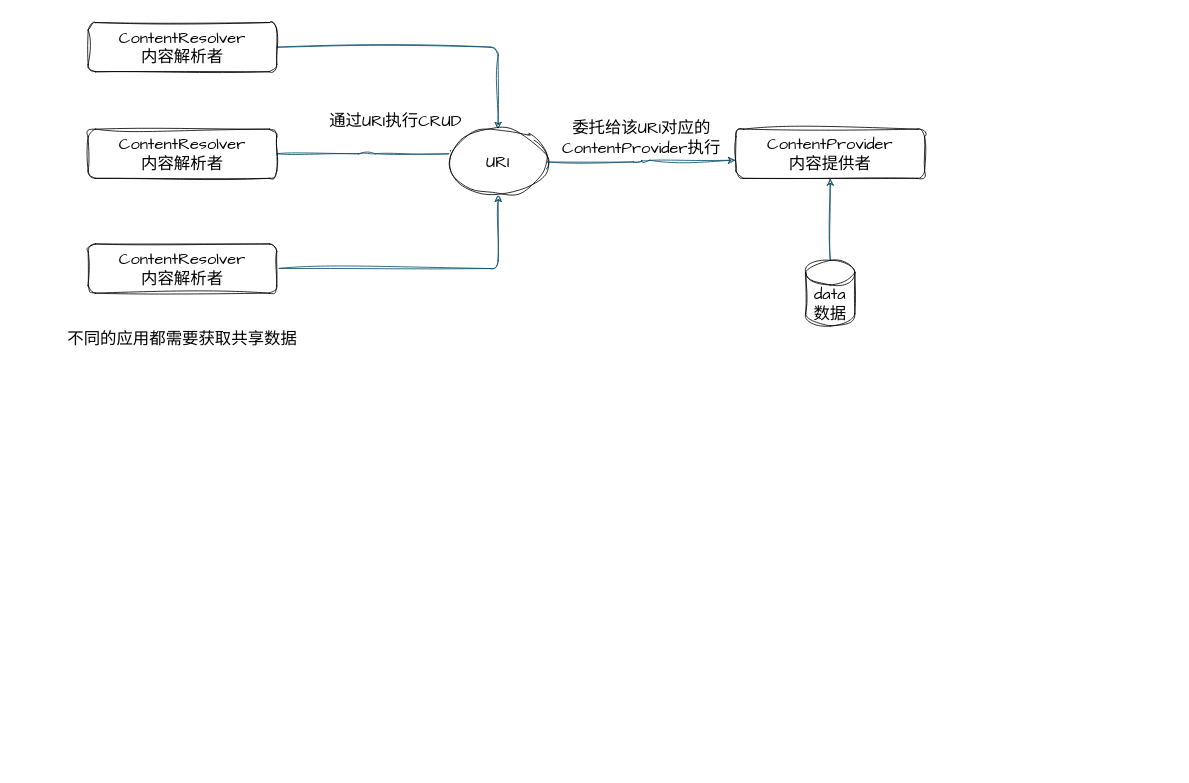
Above: contentprovider.drawio in starrylixu/pictureBed (draw.io), before the change. Source tidied: cells renumbered, new cells numbered last; positions are measured from the earlier drawing's top-left corner, leaving out a move shared by most shapes. Both pictures are drawn from the tidied source at 82%, with x=0, y=0 at pixel (55, 22).
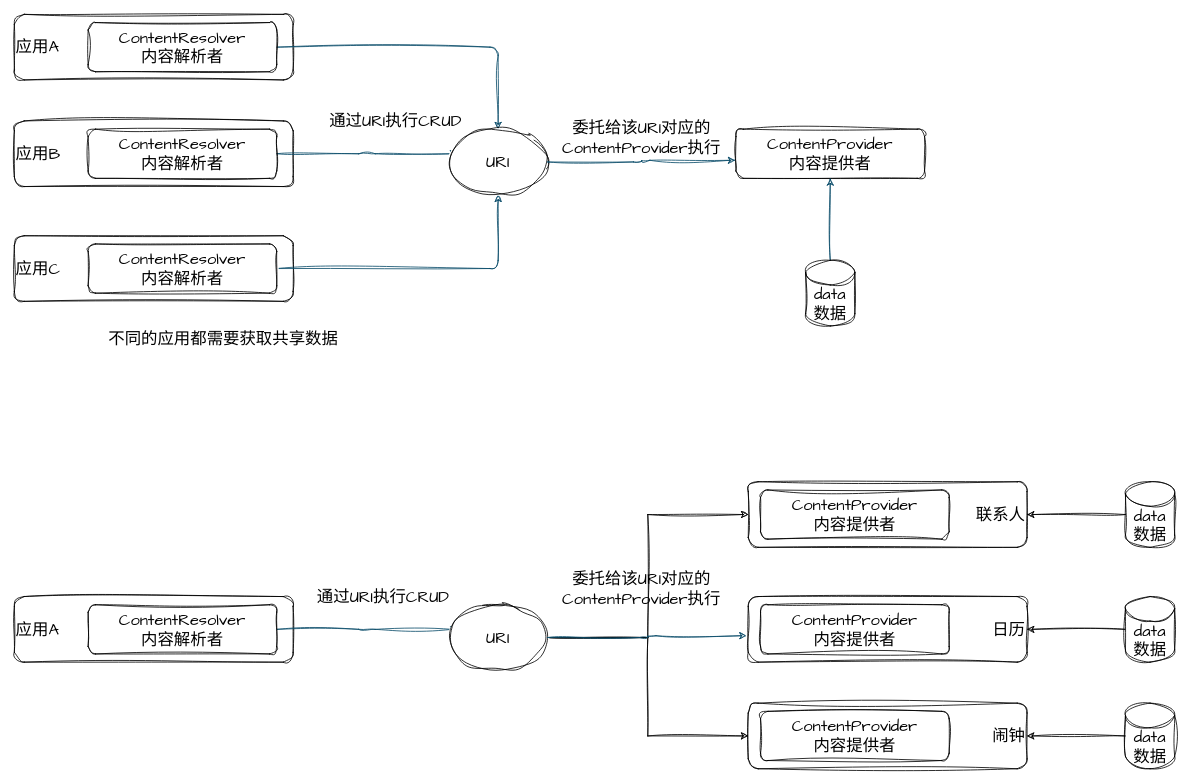
The same diagram, later.

What changed in the source:
```diff
@@
+    <mxCell id="16" value="联系人" style="rounded=1;whiteSpace=wrap;html=1;sketch=1;hachureGap=4;jiggle=2;curveFitting=1;fontFamily=Architects Daughter;fontSize=20;align=right;" parent="1" vertex="1">
+      <mxGeometry x="845" y="560" width="340" height="80" as="geometry" />
+    </mxCell>
+    <mxCell id="17" value="应用C" style="rounded=1;whiteSpace=wrap;html=1;sketch=1;hachureGap=4;jiggle=2;curveFitting=1;fontFamily=Architects Daughter;fontSize=20;align=left;" parent="1" vertex="1">
+      <mxGeometry x="-50" y="260" width="340" height="80" as="geometry" />
+    </mxCell>
+    <mxCell id="18" value="应用B" style="rounded=1;whiteSpace=wrap;html=1;sketch=1;hachureGap=4;jiggle=2;curveFitting=1;fontFamily=Architects Daughter;fontSize=20;align=left;" parent="1" vertex="1">
+      <mxGeometry x="-50" y="120" width="340" height="80" as="geometry" />
+    </mxCell>
+    <mxCell id="19" value="应用A" style="rounded=1;whiteSpace=wrap;html=1;sketch=1;hachureGap=4;jiggle=2;curveFitting=1;fontFamily=Architects Daughter;fontSize=20;align=left;" parent="1" vertex="1">
+      <mxGeometry x="-50" y="-10" width="340" height="80" as="geometry" />
+    </mxCell>
@@
     <mxCell id="13" value="&lt;p&gt;&lt;font color=&quot;#000000&quot;&gt;不同的应用都需要获取共享数据&lt;/font&gt;&lt;/p&gt;" style="text;html=1;strokeColor=none;fillColor=none;align=center;verticalAlign=middle;whiteSpace=wrap;rounded=1;fontSize=20;fontFamily=Architects Daughter;fontColor=#EEEEEE;sketch=1;curveFitting=1;jiggle=2;" parent="1" vertex="1">
-      <mxGeometry y="360" width="310" height="50" as="geometry" />
+      <mxGeometry x="50" y="360" width="310" height="50" as="geometry" />
     </mxCell>
@@
+    <mxCell id="20" value="应用A" style="rounded=1;whiteSpace=wrap;html=1;sketch=1;hachureGap=4;jiggle=2;curveFitting=1;fontFamily=Architects Daughter;fontSize=20;align=left;" parent="1" vertex="1">
+      <mxGeometry x="-50" y="700" width="340" height="80" as="geometry" />
+    </mxCell>
+    <mxCell id="21" style="edgeStyle=orthogonalEdgeStyle;rounded=0;sketch=1;hachureGap=4;jiggle=2;curveFitting=1;jettySize=auto;html=1;entryX=1;entryY=0.5;entryDx=0;entryDy=0;fontFamily=Architects Daughter;fontSize=16;" parent="1" edge="1" source="22" target="16">
+      <mxGeometry relative="1" as="geometry" />
+    </mxCell>
+    <mxCell id="22" value="data数据" style="shape=cylinder3;whiteSpace=wrap;html=1;boundedLbl=1;backgroundOutline=1;size=15;hachureGap=4;fontFamily=Architects Daughter;fontSize=20;rounded=1;sketch=1;curveFitting=1;jiggle=2;" parent="1" vertex="1">
+      <mxGeometry x="1305" y="560" width="60" height="80" as="geometry" />
+    </mxCell>
+    <mxCell id="23" style="edgeStyle=orthogonalEdgeStyle;rounded=1;hachureGap=4;jettySize=auto;html=1;strokeColor=#0B4D6A;fontFamily=Architects Daughter;fontSize=16;sketch=1;curveFitting=1;jiggle=2;" parent="1" edge="1" source="24">
+      <mxGeometry relative="1" as="geometry">
+        <mxPoint x="490" y="740" as="targetPoint" />
+      </mxGeometry>
+    </mxCell>
+    <mxCell id="24" value="ContentResolver&lt;br&gt;内容解析者" style="rounded=1;whiteSpace=wrap;html=1;hachureGap=4;fontFamily=Architects Daughter;fontSize=20;sketch=1;curveFitting=1;jiggle=2;" parent="1" vertex="1">
+      <mxGeometry x="40" y="710" width="230" height="60" as="geometry" />
+    </mxCell>
+    <mxCell id="25" style="edgeStyle=orthogonalEdgeStyle;rounded=0;sketch=1;hachureGap=4;jiggle=2;curveFitting=1;jettySize=auto;html=1;entryX=0;entryY=0.5;entryDx=0;entryDy=0;fontFamily=Architects Daughter;fontSize=16;" parent="1" edge="1" source="27" target="16">
+      <mxGeometry relative="1" as="geometry" />
+    </mxCell>
+    <mxCell id="26" style="edgeStyle=orthogonalEdgeStyle;rounded=0;sketch=1;hachureGap=4;jiggle=2;curveFitting=1;jettySize=auto;html=1;entryX=0;entryY=0.5;entryDx=0;entryDy=0;fontFamily=Architects Daughter;fontSize=16;" parent="1" edge="1" source="27" target="36">
+      <mxGeometry relative="1" as="geometry" />
+    </mxCell>
+    <mxCell id="27" value="URI" style="ellipse;whiteSpace=wrap;html=1;hachureGap=4;fontFamily=Architects Daughter;fontSize=20;rounded=1;sketch=1;curveFitting=1;jiggle=2;" parent="1" vertex="1">
+      <mxGeometry x="480" y="710" width="120" height="80" as="geometry" />
+    </mxCell>
+    <mxCell id="28" style="edgeStyle=orthogonalEdgeStyle;rounded=1;hachureGap=4;jettySize=auto;html=1;entryX=-0.006;entryY=0.597;entryDx=0;entryDy=0;entryPerimeter=0;strokeColor=#0B4D6A;fontFamily=Architects Daughter;fontSize=16;sketch=1;curveFitting=1;jiggle=2;" parent="1" edge="1" source="27" target="32">
+      <mxGeometry relative="1" as="geometry" />
+    </mxCell>
+    <mxCell id="29" value="通过URI执行CRUD" style="text;html=1;strokeColor=none;fillColor=none;align=center;verticalAlign=middle;whiteSpace=wrap;rounded=0;fontSize=20;fontFamily=Architects Daughter;" parent="1" vertex="1">
+      <mxGeometry x="255" y="690" width="290" height="20" as="geometry" />
+    </mxCell>
+    <mxCell id="30" value="委托给该URI对应的ContentProvider执行" style="text;html=1;strokeColor=none;fillColor=none;align=center;verticalAlign=middle;whiteSpace=wrap;rounded=0;fontSize=20;fontFamily=Architects Daughter;" parent="1" vertex="1">
+      <mxGeometry x="570" y="680" width="290" height="20" as="geometry" />
+    </mxCell>
+    <mxCell id="31" value="ContentProvider&lt;br&gt;内容提供者" style="rounded=1;whiteSpace=wrap;html=1;hachureGap=4;fontFamily=Architects Daughter;fontSize=20;sketch=1;curveFitting=1;jiggle=2;" parent="1" vertex="1">
+      <mxGeometry x="860" y="570" width="230" height="60" as="geometry" />
+    </mxCell>
+    <mxCell id="32" value="日历" style="rounded=1;whiteSpace=wrap;html=1;sketch=1;hachureGap=4;jiggle=2;curveFitting=1;fontFamily=Architects Daughter;fontSize=20;align=right;" parent="1" vertex="1">
+      <mxGeometry x="845" y="700" width="340" height="80" as="geometry" />
+    </mxCell>
+    <mxCell id="33" style="edgeStyle=orthogonalEdgeStyle;rounded=0;sketch=1;hachureGap=4;jiggle=2;curveFitting=1;jettySize=auto;html=1;entryX=1;entryY=0.5;entryDx=0;entryDy=0;fontFamily=Architects Daughter;fontSize=16;" parent="1" edge="1" source="34" target="32">
+      <mxGeometry relative="1" as="geometry" />
+    </mxCell>
+    <mxCell id="34" value="data数据" style="shape=cylinder3;whiteSpace=wrap;html=1;boundedLbl=1;backgroundOutline=1;size=15;hachureGap=4;fontFamily=Architects Daughter;fontSize=20;rounded=1;sketch=1;curveFitting=1;jiggle=2;" parent="1" vertex="1">
+      <mxGeometry x="1305" y="700" width="60" height="80" as="geometry" />
+    </mxCell>
+    <mxCell id="35" value="ContentProvider&lt;br&gt;内容提供者" style="rounded=1;whiteSpace=wrap;html=1;hachureGap=4;fontFamily=Architects Daughter;fontSize=20;sketch=1;curveFitting=1;jiggle=2;" parent="1" vertex="1">
+      <mxGeometry x="860" y="710" width="230" height="60" as="geometry" />
+    </mxCell>
+    <mxCell id="36" value="闹钟" style="rounded=1;whiteSpace=wrap;html=1;sketch=1;hachureGap=4;jiggle=2;curveFitting=1;fontFamily=Architects Daughter;fontSize=20;align=right;" parent="1" vertex="1">
+      <mxGeometry x="845" y="830" width="340" height="80" as="geometry" />
+    </mxCell>
+    <mxCell id="37" style="edgeStyle=orthogonalEdgeStyle;rounded=0;sketch=1;hachureGap=4;jiggle=2;curveFitting=1;jettySize=auto;html=1;entryX=1;entryY=0.5;entryDx=0;entryDy=0;fontFamily=Architects Daughter;fontSize=16;" parent="1" edge="1" source="38" target="36">
+      <mxGeometry relative="1" as="geometry" />
+    </mxCell>
+    <mxCell id="38" value="data数据" style="shape=cylinder3;whiteSpace=wrap;html=1;boundedLbl=1;backgroundOutline=1;size=15;hachureGap=4;fontFamily=Architects Daughter;fontSize=20;rounded=1;sketch=1;curveFitting=1;jiggle=2;" parent="1" vertex="1">
+      <mxGeometry x="1305" y="830" width="60" height="80" as="geometry" />
+    </mxCell>
+    <mxCell id="39" value="ContentProvider&lt;br&gt;内容提供者" style="rounded=1;whiteSpace=wrap;html=1;hachureGap=4;fontFamily=Architects Daughter;fontSize=20;sketch=1;curveFitting=1;jiggle=2;" parent="1" vertex="1">
+      <mxGeometry x="860" y="840" width="230" height="60" as="geometry" />
+    </mxCell>
```
